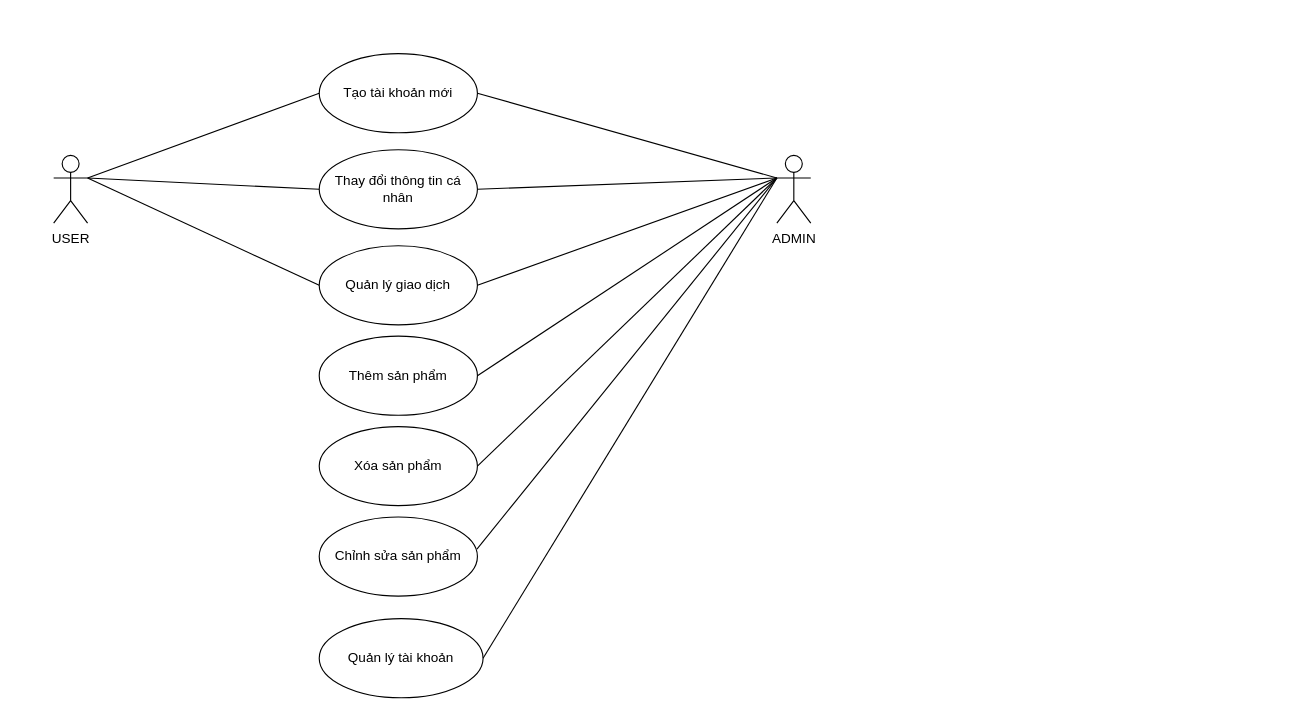
The draw.io diagram USECASE.drawio in LeeTaDa/LeTatDat, before the edit. Source tidied: cells renumbered, new cells numbered last; positions are measured from the earlier drawing's top-left corner, leaving out a move shared by most shapes. Both pictures are drawn from the tidied source at 113%, with x=0, y=0 at pixel (53, 53).
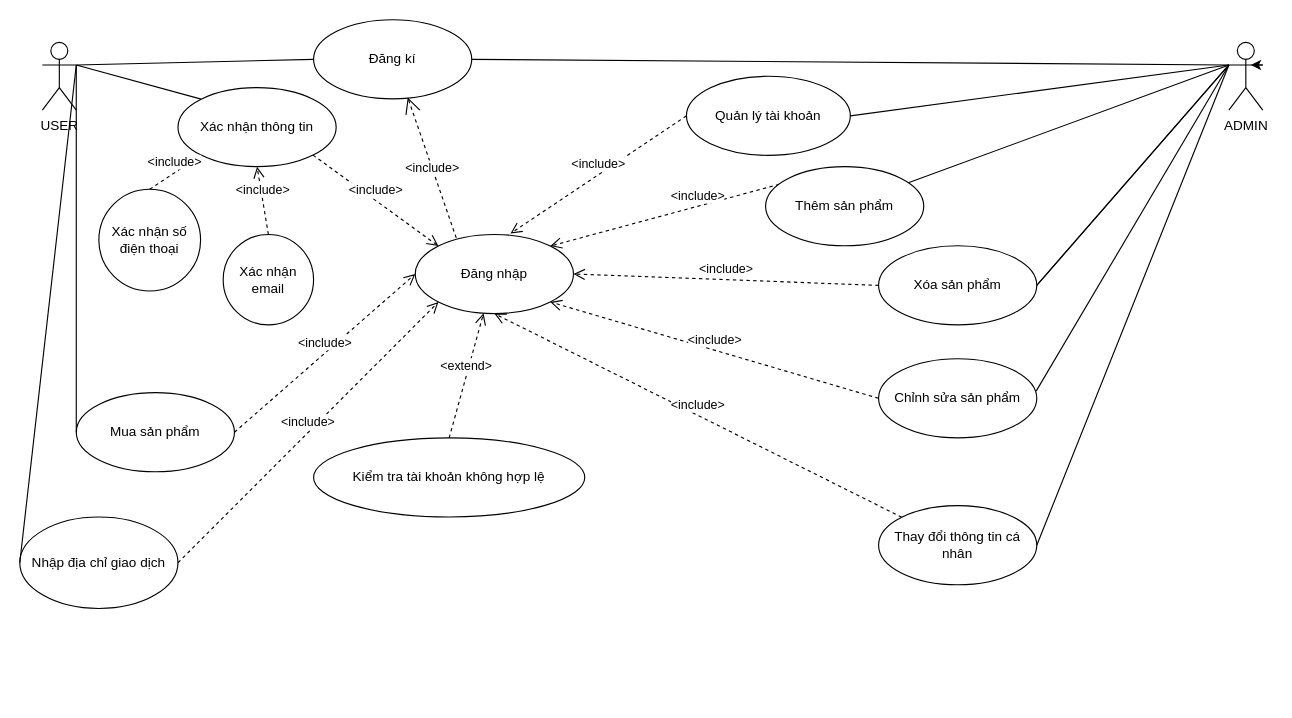
The same page after the edit.

Change to the diagram source:
```diff
@@
     <mxCell id="2" value="USER&lt;div&gt;&lt;br&gt;&lt;/div&gt;" style="shape=umlActor;verticalLabelPosition=bottom;verticalAlign=top;html=1;" parent="1" vertex="1">
-      <mxGeometry y="90" width="30" height="60" as="geometry" />
+      <mxGeometry x="-10" y="-10" width="30" height="60" as="geometry" />
     </mxCell>
-    <mxCell id="3" value="Tạo tài khoản mới" style="ellipse;whiteSpace=wrap;html=1;" parent="1" vertex="1">
-      <mxGeometry x="235" width="140" height="70" as="geometry" />
+    <mxCell id="3" value="Đăng kí" style="ellipse;whiteSpace=wrap;html=1;" parent="1" vertex="1">
+      <mxGeometry x="230" y="-30" width="140" height="70" as="geometry" />
     </mxCell>
     <mxCell id="4" value="Thay đổi thông tin cá nhân" style="ellipse;whiteSpace=wrap;html=1;" parent="1" vertex="1">
-      <mxGeometry x="235" y="85" width="140" height="70" as="geometry" />
+      <mxGeometry x="730" y="400" width="140" height="70" as="geometry" />
     </mxCell>
-    <mxCell id="5" value="Quản lý giao dịch" style="ellipse;whiteSpace=wrap;html=1;" parent="1" vertex="1">
-      <mxGeometry x="235" y="170" width="140" height="70" as="geometry" />
+    <mxCell id="5" value="Mua sản phẩm" style="ellipse;whiteSpace=wrap;html=1;" parent="1" vertex="1">
+      <mxGeometry x="20" y="300" width="140" height="70" as="geometry" />
     </mxCell>
     <mxCell id="6" value="ADMIN&lt;div&gt;&lt;br&gt;&lt;/div&gt;" style="shape=umlActor;verticalLabelPosition=bottom;verticalAlign=top;html=1;" parent="1" vertex="1">
-      <mxGeometry x="640" y="90" width="30" height="60" as="geometry" />
+      <mxGeometry x="1040" y="-10" width="30" height="60" as="geometry" />
     </mxCell>
@@
-    <mxCell id="8" style="endArrow=none;html=1;rounded=0;exitX=1;exitY=0.3333333333333333;exitDx=0;exitDy=0;exitPerimeter=0;entryX=0;entryY=0.5;entryDx=0;entryDy=0;" parent="1" edge="1" source="2" target="4">
-      <mxGeometry relative="1" as="geometry" />
-    </mxCell>
-    <mxCell id="9" style="endArrow=none;html=1;rounded=0;entryX=0;entryY=0.5;entryDx=0;entryDy=0;" parent="1" edge="1" target="5">
-      <mxGeometry relative="1" as="geometry">
-        <mxPoint x="30" y="110" as="sourcePoint" />
-      </mxGeometry>
+    <mxCell id="9" style="endArrow=none;html=1;rounded=0;entryX=0;entryY=0.5;entryDx=0;entryDy=0;exitX=1;exitY=0.3333333333333333;exitDx=0;exitDy=0;exitPerimeter=0;" parent="1" edge="1" source="2" target="5">
+      <mxGeometry relative="1" as="geometry" />
     </mxCell>
-    <mxCell id="10" style="endArrow=none;html=1;rounded=0;exitX=1;exitY=0.5;exitDx=0;exitDy=0;" parent="1" edge="1" source="3">
-      <mxGeometry relative="1" as="geometry">
-        <mxPoint x="640" y="110" as="targetPoint" />
-      </mxGeometry>
+    <mxCell id="10" style="endArrow=none;html=1;rounded=0;exitX=1;exitY=0.5;exitDx=0;exitDy=0;entryX=0;entryY=0.3333333333333333;entryDx=0;entryDy=0;entryPerimeter=0;" parent="1" edge="1" source="3" target="6">
+      <mxGeometry relative="1" as="geometry" />
     </mxCell>
-    <mxCell id="11" style="endArrow=none;html=1;rounded=0;exitX=1;exitY=0.5;exitDx=0;exitDy=0;" parent="1" edge="1" source="4">
-      <mxGeometry relative="1" as="geometry">
-        <mxPoint x="640" y="110" as="targetPoint" />
-      </mxGeometry>
+    <mxCell id="11" style="endArrow=none;html=1;rounded=0;exitX=1;exitY=0.5;exitDx=0;exitDy=0;entryX=0;entryY=0.3333333333333333;entryDx=0;entryDy=0;entryPerimeter=0;" parent="1" edge="1" source="4" target="6">
+      <mxGeometry relative="1" as="geometry" />
     </mxCell>
-    <mxCell id="12" style="endArrow=none;html=1;rounded=0;exitX=1;exitY=0.5;exitDx=0;exitDy=0;entryX=0;entryY=0.3333333333333333;entryDx=0;entryDy=0;entryPerimeter=0;" parent="1" edge="1" source="5" target="6">
+    <mxCell id="12" style="endArrow=none;html=1;rounded=0;exitX=1;exitY=0.5;exitDx=0;exitDy=0;entryX=0;entryY=0.3333333333333333;entryDx=0;entryDy=0;entryPerimeter=0;" parent="1" edge="1" source="14" target="6">
       <mxGeometry relative="1" as="geometry" />
     </mxCell>
-    <mxCell id="13" value="Thêm sản phẩm" style="ellipse;whiteSpace=wrap;html=1;" parent="1" vertex="1">
-      <mxGeometry x="235" y="250" width="140" height="70" as="geometry" />
-    </mxCell>
-    <mxCell id="14" value="Xóa sản phẩm" style="ellipse;whiteSpace=wrap;html=1;" parent="1" vertex="1">
-      <mxGeometry x="235" y="330" width="140" height="70" as="geometry" />
-    </mxCell>
     <mxCell id="15" value="Chỉnh sửa sản phẩm" style="ellipse;whiteSpace=wrap;html=1;" parent="1" vertex="1">
-      <mxGeometry x="235" y="410" width="140" height="70" as="geometry" />
+      <mxGeometry x="730" y="270" width="140" height="70" as="geometry" />
     </mxCell>
-    <mxCell id="16" style="endArrow=none;html=1;rounded=0;exitX=1;exitY=0.5;exitDx=0;exitDy=0;" parent="1" edge="1" source="13">
-      <mxGeometry relative="1" as="geometry">
-        <mxPoint x="640" y="110" as="targetPoint" />
-      </mxGeometry>
+    <mxCell id="16" style="endArrow=none;html=1;rounded=0;entryX=0;entryY=0.3333333333333333;entryDx=0;entryDy=0;entryPerimeter=0;" parent="1" edge="1" source="13" target="6">
+      <mxGeometry relative="1" as="geometry" />
     </mxCell>
-    <mxCell id="17" style="endArrow=none;html=1;rounded=0;exitX=1;exitY=0.5;exitDx=0;exitDy=0;" parent="1" edge="1" source="14">
-      <mxGeometry relative="1" as="geometry">
-        <mxPoint x="640" y="110" as="targetPoint" />
-      </mxGeometry>
+    <mxCell id="17" style="endArrow=none;html=1;rounded=0;exitX=1;exitY=0.5;exitDx=0;exitDy=0;entryX=0;entryY=0.3333333333333333;entryDx=0;entryDy=0;entryPerimeter=0;" parent="1" edge="1" source="14" target="6">
+      <mxGeometry relative="1" as="geometry" />
     </mxCell>
-    <mxCell id="18" style="endArrow=none;html=1;rounded=0;exitX=0.997;exitY=0.406;exitDx=0;exitDy=0;exitPerimeter=0;" parent="1" edge="1" source="15">
-      <mxGeometry relative="1" as="geometry">
-        <mxPoint x="640" y="110" as="targetPoint" />
-      </mxGeometry>
+    <mxCell id="18" style="endArrow=none;html=1;rounded=0;exitX=0.997;exitY=0.406;exitDx=0;exitDy=0;exitPerimeter=0;entryX=0;entryY=0.3333333333333333;entryDx=0;entryDy=0;entryPerimeter=0;" parent="1" edge="1" source="15" target="6">
+      <mxGeometry relative="1" as="geometry" />
     </mxCell>
     <mxCell id="19" value="Quản lý tài khoản" style="ellipse;whiteSpace=wrap;html=1;" parent="1" vertex="1">
-      <mxGeometry x="235" y="500" width="145" height="70" as="geometry" />
+      <mxGeometry x="560" y="20" width="145" height="70" as="geometry" />
     </mxCell>
-    <mxCell id="20" style="endArrow=none;html=1;rounded=0;exitX=1;exitY=0.5;exitDx=0;exitDy=0;" parent="1" edge="1" source="19">
-      <mxGeometry relative="1" as="geometry">
-        <mxPoint x="640" y="110" as="targetPoint" />
-      </mxGeometry>
+    <mxCell id="20" style="endArrow=none;html=1;rounded=0;exitX=1;exitY=0.5;exitDx=0;exitDy=0;entryX=0;entryY=0.3333333333333333;entryDx=0;entryDy=0;entryPerimeter=0;" parent="1" edge="1" source="19" target="6">
+      <mxGeometry relative="1" as="geometry" />
     </mxCell>
+    <mxCell id="21" value="&amp;lt;extend&amp;gt;" style="html=1;verticalAlign=bottom;endArrow=open;dashed=1;endSize=8;curved=0;rounded=0;exitX=0.5;exitY=0;exitDx=0;exitDy=0;" parent="1" edge="1" source="22" target="23">
+      <mxGeometry relative="1" as="geometry" />
+    </mxCell>
+    <mxCell id="22" value="Kiểm tra tài khoản không hợp lệ" style="ellipse;whiteSpace=wrap;html=1;" parent="1" vertex="1">
+      <mxGeometry x="230" y="340" width="240" height="70" as="geometry" />
+    </mxCell>
+    <mxCell id="23" value="Đăng nhập" style="ellipse;whiteSpace=wrap;html=1;" parent="1" vertex="1">
+      <mxGeometry x="320" y="160" width="140" height="70" as="geometry" />
+    </mxCell>
+    <mxCell id="24" style="endArrow=none;html=1;rounded=0;exitX=1;exitY=0.3333333333333333;exitDx=0;exitDy=0;exitPerimeter=0;entryX=0;entryY=0;entryDx=0;entryDy=0;" parent="1" edge="1" source="2" target="33">
+      <mxGeometry relative="1" as="geometry" />
+    </mxCell>
+    <mxCell id="25" value="&amp;lt;include&amp;gt;" style="endArrow=open;endSize=12;dashed=1;html=1;rounded=0;exitX=0.259;exitY=0.043;exitDx=0;exitDy=0;exitPerimeter=0;entryX=0.595;entryY=0.981;entryDx=0;entryDy=0;entryPerimeter=0;" parent="1" edge="1" source="23" target="3">
+      <mxGeometry relative="1" as="geometry" />
+    </mxCell>
+    <mxCell id="26" style="edgeStyle=orthogonalEdgeStyle;rounded=0;orthogonalLoop=1;jettySize=auto;html=1;exitX=1;exitY=0.3333333333333333;exitDx=0;exitDy=0;exitPerimeter=0;entryX=0.651;entryY=0.319;entryDx=0;entryDy=0;entryPerimeter=0;" parent="1" edge="1" source="6" target="6">
+      <mxGeometry relative="1" as="geometry" />
+    </mxCell>
+    <mxCell id="27" value="&amp;lt;include&amp;gt;" style="html=1;verticalAlign=bottom;endArrow=open;dashed=1;endSize=8;curved=0;rounded=0;exitX=0;exitY=0;exitDx=0;exitDy=0;entryX=0.5;entryY=1;entryDx=0;entryDy=0;" parent="1" edge="1" source="4" target="23">
+      <mxGeometry relative="1" as="geometry" />
+    </mxCell>
+    <mxCell id="28" value="&amp;lt;include&amp;gt;" style="html=1;verticalAlign=bottom;endArrow=open;dashed=1;endSize=8;curved=0;rounded=0;exitX=1;exitY=0.5;exitDx=0;exitDy=0;entryX=0;entryY=0.5;entryDx=0;entryDy=0;" parent="1" edge="1" source="5" target="23">
+      <mxGeometry relative="1" as="geometry" />
+    </mxCell>
+    <mxCell id="29" value="&amp;lt;include&amp;gt;" style="html=1;verticalAlign=bottom;endArrow=open;dashed=1;endSize=8;curved=0;rounded=0;entryX=1;entryY=0;entryDx=0;entryDy=0;exitX=0.5;exitY=0;exitDx=0;exitDy=0;" parent="1" edge="1" source="13" target="23">
+      <mxGeometry relative="1" as="geometry" />
+    </mxCell>
+    <mxCell id="30" value="&amp;lt;include&amp;gt;" style="html=1;verticalAlign=bottom;endArrow=open;dashed=1;endSize=8;curved=0;rounded=0;entryX=1;entryY=0.5;entryDx=0;entryDy=0;exitX=0;exitY=0.5;exitDx=0;exitDy=0;" parent="1" edge="1" source="14" target="23">
+      <mxGeometry relative="1" as="geometry" />
+    </mxCell>
+    <mxCell id="31" value="&amp;lt;include&amp;gt;" style="html=1;verticalAlign=bottom;endArrow=open;dashed=1;endSize=8;curved=0;rounded=0;entryX=1;entryY=1;entryDx=0;entryDy=0;exitX=0;exitY=0.5;exitDx=0;exitDy=0;" parent="1" edge="1" source="15" target="23">
+      <mxGeometry relative="1" as="geometry" />
+    </mxCell>
+    <mxCell id="32" value="&amp;lt;include&amp;gt;" style="html=1;verticalAlign=bottom;endArrow=open;dashed=1;endSize=8;curved=0;rounded=0;exitX=0;exitY=0.5;exitDx=0;exitDy=0;entryX=0.602;entryY=-0.012;entryDx=0;entryDy=0;entryPerimeter=0;" parent="1" edge="1" source="19" target="23">
+      <mxGeometry relative="1" as="geometry" />
+    </mxCell>
+    <mxCell id="13" value="Thêm sản phẩm" style="ellipse;whiteSpace=wrap;html=1;" parent="1" vertex="1">
+      <mxGeometry x="630" y="100" width="140" height="70" as="geometry" />
+    </mxCell>
+    <mxCell id="14" value="Xóa sản phẩm" style="ellipse;whiteSpace=wrap;html=1;" parent="1" vertex="1">
+      <mxGeometry x="730" y="170" width="140" height="70" as="geometry" />
+    </mxCell>
+    <mxCell id="33" value="Xác nhận thông tin" style="ellipse;whiteSpace=wrap;html=1;" parent="1" vertex="1">
+      <mxGeometry x="110" y="30" width="140" height="70" as="geometry" />
+    </mxCell>
+    <mxCell id="34" value="&amp;lt;include&amp;gt;" style="html=1;verticalAlign=bottom;endArrow=open;dashed=1;endSize=8;curved=0;rounded=0;exitX=1;exitY=1;exitDx=0;exitDy=0;entryX=0;entryY=0;entryDx=0;entryDy=0;" parent="1" edge="1" source="33" target="23">
+      <mxGeometry relative="1" as="geometry" />
+    </mxCell>
+    <mxCell id="35" value="Nhập địa chỉ giao dịch" style="ellipse;whiteSpace=wrap;html=1;" parent="1" vertex="1">
+      <mxGeometry x="-30" y="410" width="140" height="81" as="geometry" />
+    </mxCell>
+    <mxCell id="36" style="endArrow=none;html=1;rounded=0;entryX=1;entryY=0.3333333333333333;entryDx=0;entryDy=0;entryPerimeter=0;exitX=0;exitY=0.5;exitDx=0;exitDy=0;" parent="1" edge="1" source="35" target="2">
+      <mxGeometry relative="1" as="geometry" />
+    </mxCell>
+    <mxCell id="37" value="&amp;lt;include&amp;gt;" style="html=1;verticalAlign=bottom;endArrow=open;dashed=1;endSize=8;curved=0;rounded=0;exitX=1;exitY=0.5;exitDx=0;exitDy=0;entryX=0;entryY=1;entryDx=0;entryDy=0;" parent="1" edge="1" source="35" target="23">
+      <mxGeometry relative="1" as="geometry" />
+    </mxCell>
+    <mxCell id="38" value="Xác nhận số điện thoại" style="ellipse;whiteSpace=wrap;html=1;" parent="1" vertex="1">
+      <mxGeometry x="40" y="120" width="90" height="90" as="geometry" />
+    </mxCell>
+    <mxCell id="39" value="Xác nhận email" style="ellipse;whiteSpace=wrap;html=1;" parent="1" vertex="1">
+      <mxGeometry x="150" y="160" width="80" height="80" as="geometry" />
+    </mxCell>
+    <mxCell id="40" value="&amp;lt;include&amp;gt;" style="html=1;verticalAlign=bottom;endArrow=open;dashed=1;endSize=8;curved=0;rounded=0;exitX=0.5;exitY=0;exitDx=0;exitDy=0;entryX=0;entryY=1;entryDx=0;entryDy=0;" parent="1" edge="1" source="38" target="33">
+      <mxGeometry relative="1" as="geometry" />
+    </mxCell>
+    <mxCell id="41" value="&amp;lt;include&amp;gt;" style="html=1;verticalAlign=bottom;endArrow=open;dashed=1;endSize=8;curved=0;rounded=0;exitX=0.5;exitY=0;exitDx=0;exitDy=0;entryX=0.5;entryY=1;entryDx=0;entryDy=0;" parent="1" edge="1" source="39" target="33">
+      <mxGeometry relative="1" as="geometry" />
+    </mxCell>
```
